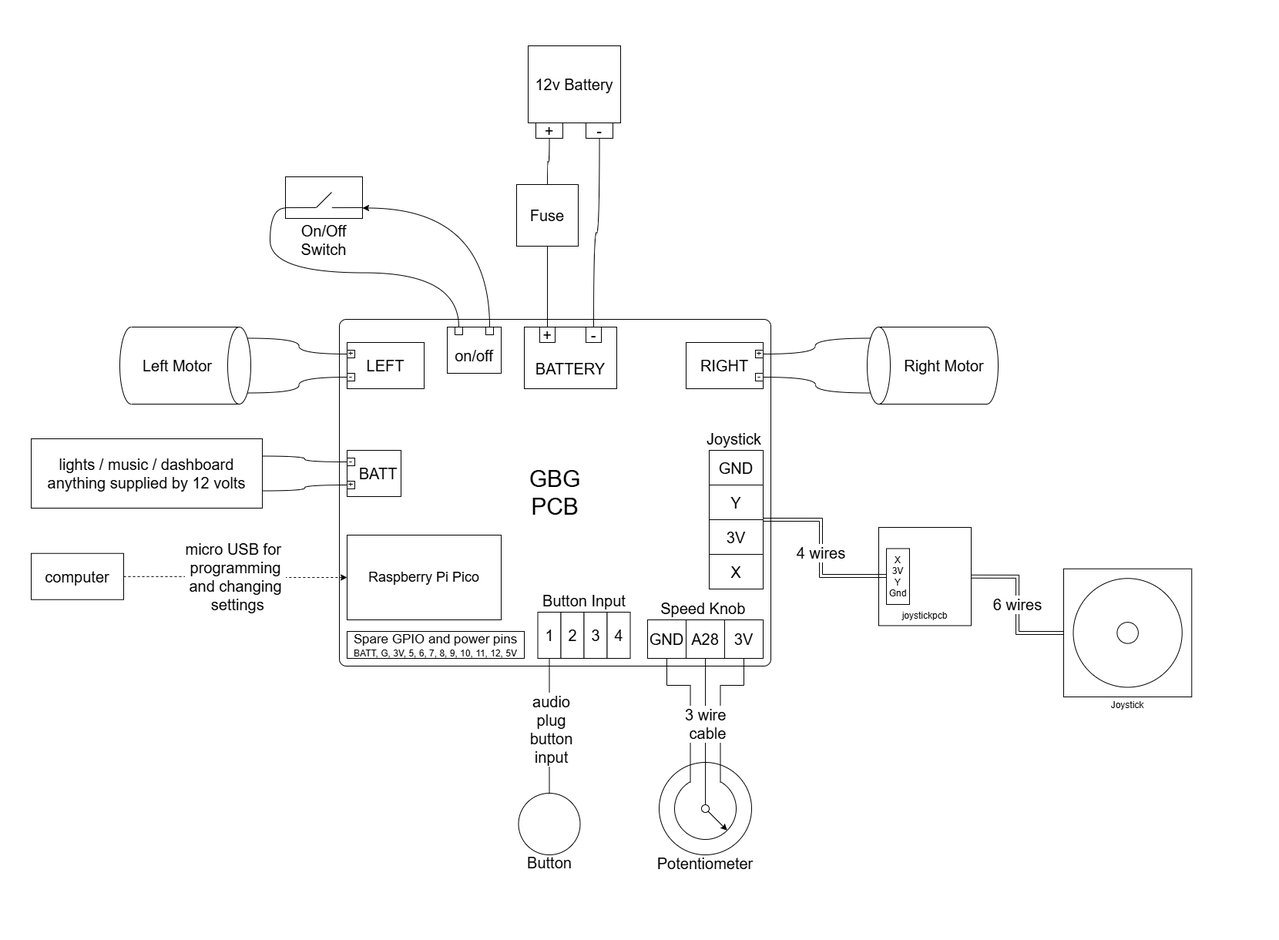
Earlier version of the draw.io export docs/instructions/diagrams/circuit_diagram.drawio.png (gobabygocarswithjoysticks/gbg-pcb-2). Source tidied: cells renumbered, new cells last; positions are measured from the earlier drawing's top-left corner, leaving out a move shared by most shapes.
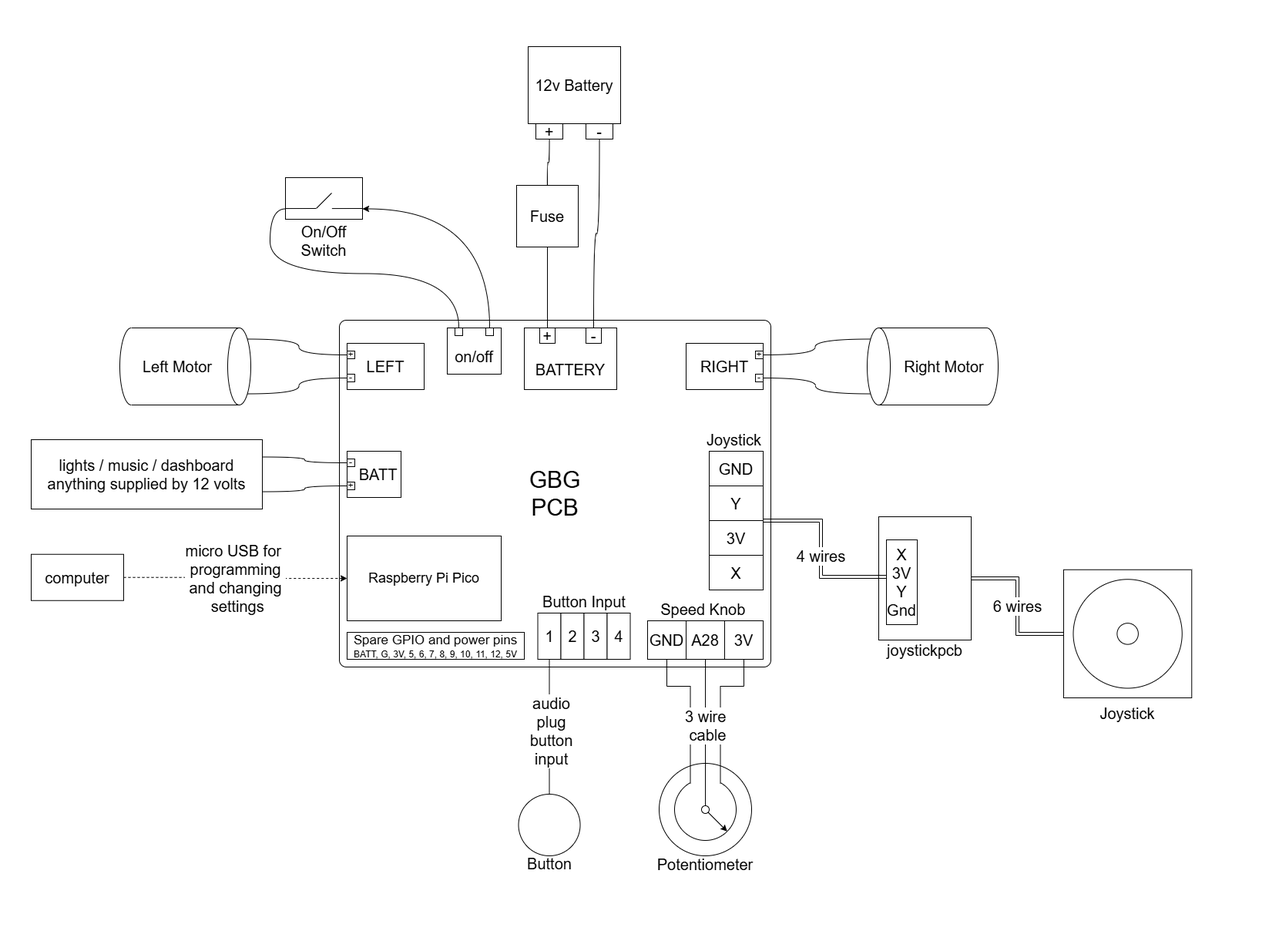
The same file after the commit.

What changed in the source:
```diff
@@ -2,8 +2,8 @@
   <root>
     <mxCell id="0" />
     <mxCell id="1" parent="0" />
-    <mxCell id="2" value="&lt;div&gt;&lt;br&gt;&lt;/div&gt;&lt;div&gt;&lt;br&gt;&lt;/div&gt;&lt;div&gt;&lt;br&gt;&lt;/div&gt;&lt;div&gt;&lt;br&gt;&lt;/div&gt;&lt;div&gt;&lt;br&gt;&lt;/div&gt;&lt;div&gt;&lt;br&gt;&lt;/div&gt;&lt;div&gt;&lt;br&gt;&lt;/div&gt;joystickpcb" style="rounded=0;whiteSpace=wrap;html=1;" parent="1" vertex="1">
-      <mxGeometry x="1140" y="685" width="120" height="127.5" as="geometry" />
+    <mxCell id="2" value="&lt;div&gt;&lt;br&gt;&lt;/div&gt;&lt;div&gt;&lt;br&gt;&lt;/div&gt;&lt;div&gt;&lt;br&gt;&lt;/div&gt;&lt;div&gt;&lt;br&gt;&lt;/div&gt;&lt;div&gt;&lt;br&gt;&lt;/div&gt;&lt;div&gt;&lt;br&gt;&lt;/div&gt;&lt;div&gt;&lt;br&gt;&lt;/div&gt;&lt;div&gt;&lt;br&gt;&lt;/div&gt;&lt;div&gt;&lt;br&gt;&lt;/div&gt;&lt;div&gt;&lt;br&gt;&lt;/div&gt;&lt;div&gt;&lt;br&gt;&lt;/div&gt;&lt;div&gt;&lt;br&gt;&lt;/div&gt;&lt;div&gt;&lt;br&gt;&lt;/div&gt;&lt;font style=&quot;font-size: 20px;&quot;&gt;joystickpcb&lt;/font&gt;" style="rounded=0;whiteSpace=wrap;html=1;" parent="1" vertex="1">
+      <mxGeometry x="1140" y="670" width="120" height="160" as="geometry" />
     </mxCell>
     <mxCell id="3" value="&lt;font style=&quot;font-size: 30px;&quot;&gt;GBG&lt;/font&gt;&lt;div&gt;&lt;font style=&quot;font-size: 30px;&quot;&gt;PCB&lt;/font&gt;&lt;/div&gt;" style="rounded=1;whiteSpace=wrap;html=1;arcSize=2;align=center;" parent="1" vertex="1">
       <mxGeometry x="440" y="415" width="560" height="450" as="geometry" />
@@ -208,13 +208,13 @@
     <mxCell id="63" style="edgeStyle=orthogonalEdgeStyle;rounded=0;jettySize=auto;html=1;exitX=0;exitY=0.5;exitDx=0;exitDy=0;entryX=0.145;entryY=0;entryDx=0;entryDy=4.35;entryPerimeter=0;endArrow=none;startFill=0;curved=1;" parent="1" edge="1" source="9" target="45">
       <mxGeometry relative="1" as="geometry" />
     </mxCell>
-    <mxCell id="64" value="X&lt;div&gt;3V&lt;/div&gt;&lt;div&gt;Y&lt;/div&gt;&lt;div&gt;Gnd&lt;/div&gt;" style="rounded=0;whiteSpace=wrap;html=1;" parent="1" vertex="1">
-      <mxGeometry x="1150" y="712.5" width="30" height="72.5" as="geometry" />
+    <mxCell id="64" value="&lt;font style=&quot;font-size: 20px;&quot;&gt;X&lt;/font&gt;&lt;div&gt;&lt;font style=&quot;font-size: 20px;&quot;&gt;3V&lt;/font&gt;&lt;/div&gt;&lt;div&gt;&lt;font style=&quot;font-size: 20px;&quot;&gt;Y&lt;/font&gt;&lt;/div&gt;&lt;div&gt;&lt;font style=&quot;font-size: 20px;&quot;&gt;Gnd&lt;/font&gt;&lt;/div&gt;" style="rounded=0;whiteSpace=wrap;html=1;" parent="1" vertex="1">
+      <mxGeometry x="1150" y="700" width="40" height="110" as="geometry" />
     </mxCell>
     <mxCell id="65" value="&lt;font style=&quot;font-size: 20px;&quot;&gt;6 wires&lt;/font&gt;" style="edgeStyle=orthogonalEdgeStyle;rounded=0;jettySize=auto;html=1;entryX=1;entryY=0.5;entryDx=0;entryDy=0;endArrow=none;startFill=0;shape=link;" parent="1" edge="1" source="66" target="2">
       <mxGeometry relative="1" as="geometry" />
     </mxCell>
-    <mxCell id="66" value="&lt;div&gt;&lt;br&gt;&lt;/div&gt;&lt;div&gt;&lt;br&gt;&lt;/div&gt;&lt;div&gt;&lt;br&gt;&lt;/div&gt;&lt;div&gt;&lt;br&gt;&lt;/div&gt;&lt;div&gt;&lt;br&gt;&lt;/div&gt;&lt;div&gt;&lt;br&gt;&lt;/div&gt;&lt;div&gt;&lt;br&gt;&lt;/div&gt;&lt;div&gt;&lt;br&gt;&lt;/div&gt;&lt;div&gt;&lt;br&gt;&lt;/div&gt;&lt;div&gt;&lt;br&gt;&lt;/div&gt;&lt;div&gt;&lt;br&gt;&lt;/div&gt;&lt;div&gt;&lt;br&gt;&lt;/div&gt;&lt;div&gt;&lt;br&gt;&lt;/div&gt;Joystick" style="whiteSpace=wrap;html=1;" parent="1" vertex="1">
+    <mxCell id="66" value="&lt;div&gt;&lt;font style=&quot;font-size: 20px;&quot;&gt;&lt;br&gt;&lt;/font&gt;&lt;/div&gt;&lt;div&gt;&lt;br&gt;&lt;/div&gt;&lt;div&gt;&lt;font style=&quot;font-size: 20px;&quot;&gt;&lt;br&gt;&lt;/font&gt;&lt;/div&gt;&lt;div&gt;&lt;font style=&quot;font-size: 20px;&quot;&gt;&lt;br&gt;&lt;/font&gt;&lt;/div&gt;&lt;div&gt;&lt;font style=&quot;font-size: 20px;&quot;&gt;&lt;br&gt;&lt;/font&gt;&lt;/div&gt;&lt;div&gt;&lt;font style=&quot;font-size: 20px;&quot;&gt;&lt;br&gt;&lt;/font&gt;&lt;/div&gt;&lt;div&gt;&lt;font style=&quot;font-size: 20px;&quot;&gt;&lt;br&gt;&lt;/font&gt;&lt;/div&gt;&lt;div&gt;&lt;font style=&quot;font-size: 20px;&quot;&gt;&lt;br&gt;&lt;/font&gt;&lt;/div&gt;&lt;div&gt;&lt;font style=&quot;font-size: 20px;&quot;&gt;&lt;br&gt;&lt;/font&gt;&lt;/div&gt;&lt;font style=&quot;font-size: 20px;&quot;&gt;Joystick&lt;/font&gt;" style="whiteSpace=wrap;html=1;" parent="1" vertex="1">
       <mxGeometry x="1380" y="738.8" width="166.2" height="166.2" as="geometry" />
     </mxCell>
     <mxCell id="67" style="whiteSpace=wrap;html=1;" parent="1" vertex="1">
```
